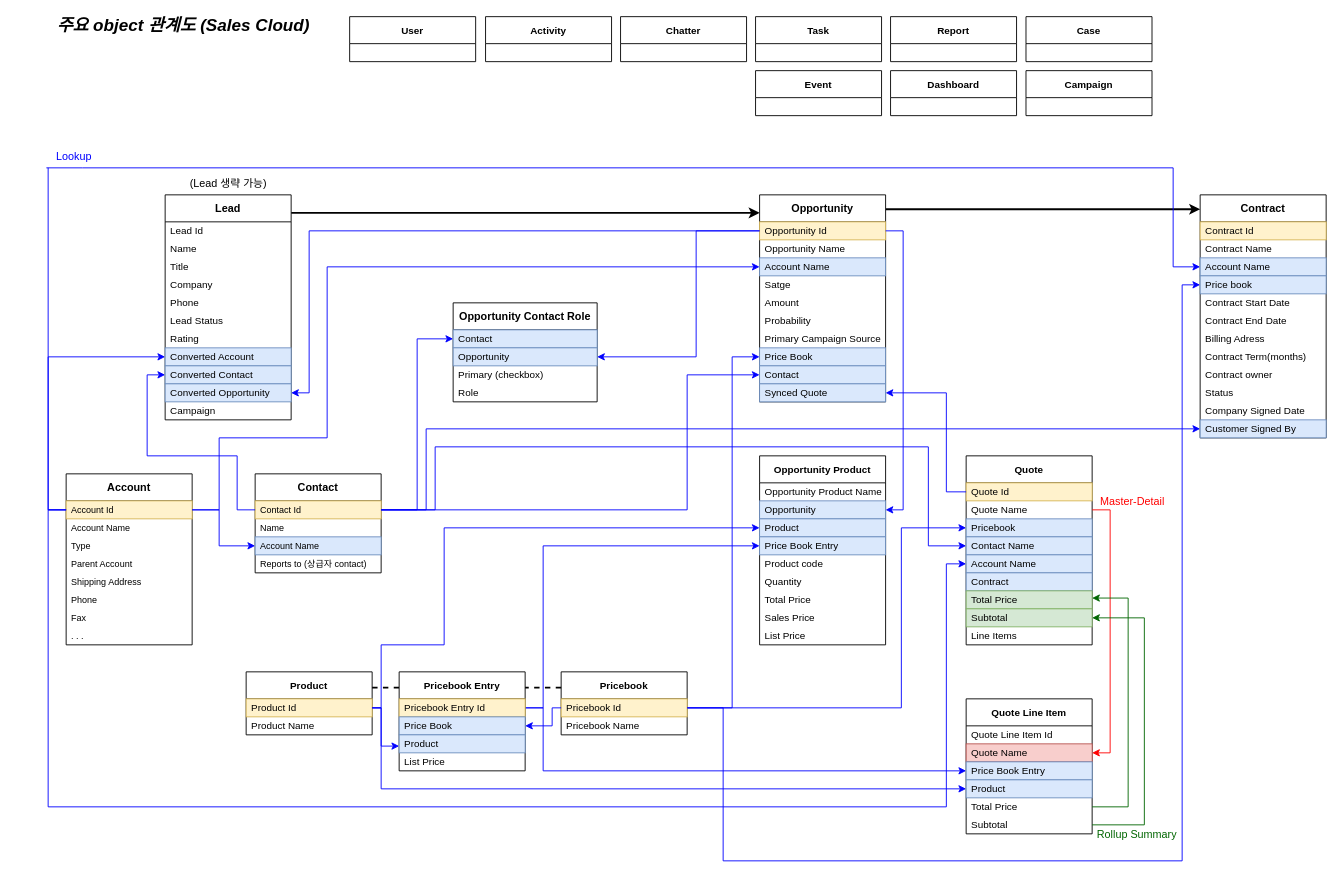
The draw.io diagram Objects&Fields 표준화 v.0.2.drawio in cknet-saleforce/salesforcebasic, before the edit. Source tidied: cells renumbered, new cells numbered last; positions are measured from the earlier drawing's top-left corner, leaving out a move shared by most shapes. Both pictures are drawn from the tidied source at 90%, with x=0, y=0 at pixel (15, 16).
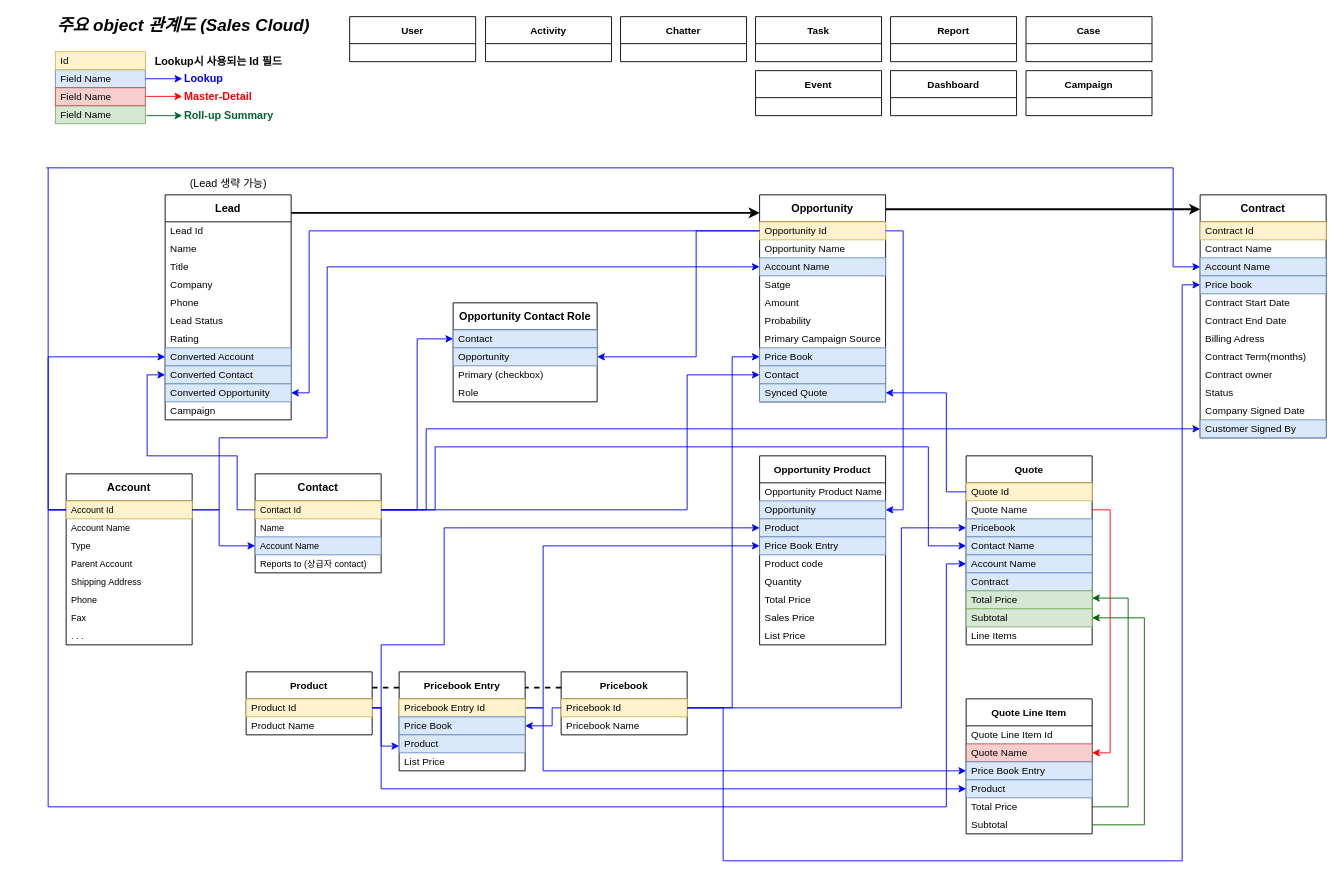
The same diagram, later.

The edit, as a diff of the source:
```diff
@@
-    <mxCell id="123" value="Rollup Summary" style="text;html=1;strokeColor=none;fillColor=none;align=center;verticalAlign=middle;whiteSpace=wrap;rounded=0;fontColor=#006600;" parent="1" vertex="1">
-      <mxGeometry x="1181" y="894" width="130" height="30" as="geometry" />
-    </mxCell>
-    <mxCell id="124" value="Master-Detail" style="text;html=1;strokeColor=none;fillColor=none;align=center;verticalAlign=middle;whiteSpace=wrap;rounded=0;fontColor=#FF0000;" parent="1" vertex="1">
-      <mxGeometry x="1176" y="524" width="130" height="30" as="geometry" />
-    </mxCell>
@@
-    <mxCell id="139" value="Lookup" style="text;html=1;strokeColor=none;fillColor=none;align=center;verticalAlign=middle;whiteSpace=wrap;rounded=0;fontColor=#0000FF;" parent="1" vertex="1">
-      <mxGeometry y="141" width="130" height="30" as="geometry" />
-    </mxCell>
@@
+    <mxCell id="148" value="Field Name" style="text;strokeColor=#6c8ebf;fillColor=#dae8fc;align=left;verticalAlign=middle;spacingLeft=4;spacingRight=4;overflow=hidden;fontSize=11;" parent="1" vertex="1">
+      <mxGeometry x="44" y="59" width="100" height="20" as="geometry" />
+    </mxCell>
+    <mxCell id="149" value="Id" style="text;strokeColor=#d6b656;fillColor=#fff2cc;align=left;verticalAlign=middle;spacingLeft=4;spacingRight=4;overflow=hidden;fontSize=11;" parent="1" vertex="1">
+      <mxGeometry x="44" y="39" width="100" height="20" as="geometry" />
+    </mxCell>
+    <mxCell id="150" value="Field Name" style="text;strokeColor=#82b366;fillColor=#d5e8d4;align=left;verticalAlign=middle;spacingLeft=4;spacingRight=4;overflow=hidden;labelBackgroundColor=none;labelBorderColor=none;fontSize=11;" parent="1" vertex="1">
+      <mxGeometry x="44" y="99" width="100" height="20" as="geometry" />
+    </mxCell>
+    <mxCell id="151" value="Field Name" style="text;strokeColor=#b85450;fillColor=#f8cecc;align=left;verticalAlign=middle;spacingLeft=4;spacingRight=4;overflow=hidden;labelBackgroundColor=none;labelBorderColor=none;fontSize=11;" parent="1" vertex="1">
+      <mxGeometry x="44" y="79" width="100" height="20" as="geometry" />
+    </mxCell>
+    <mxCell id="152" value="Lookup시 사용되는 Id 필드" style="text;html=1;strokeColor=none;fillColor=none;align=center;verticalAlign=middle;whiteSpace=wrap;rounded=0;fontStyle=1;" parent="1" vertex="1">
+      <mxGeometry x="147.5" y="40" width="154.5" height="19" as="geometry" />
+    </mxCell>
+    <mxCell id="153" style="endArrow=classic;html=1;rounded=0;strokeColor=#0000FF;" parent="1" edge="1">
+      <mxGeometry relative="1" as="geometry">
+        <mxPoint x="144" y="69" as="sourcePoint" />
+        <mxPoint x="185" y="69" as="targetPoint" />
+      </mxGeometry>
+    </mxCell>
+    <mxCell id="154" style="endArrow=classic;html=1;rounded=0;strokeColor=#FF0000;" parent="1" edge="1">
+      <mxGeometry relative="1" as="geometry">
+        <mxPoint x="145" y="88.6" as="sourcePoint" />
+        <mxPoint x="185" y="88.6" as="targetPoint" />
+      </mxGeometry>
+    </mxCell>
+    <mxCell id="155" style="endArrow=classic;html=1;rounded=0;strokeColor=#006633;" parent="1" edge="1">
+      <mxGeometry relative="1" as="geometry">
+        <mxPoint x="145" y="110" as="sourcePoint" />
+        <mxPoint x="185" y="110" as="targetPoint" />
+      </mxGeometry>
+    </mxCell>
+    <mxCell id="139" value="Lookup" style="text;html=1;strokeColor=none;fillColor=none;align=center;verticalAlign=middle;whiteSpace=wrap;rounded=0;fontStyle=1;fontColor=#0000FF;" parent="1" vertex="1">
+      <mxGeometry x="179" y="59" width="60" height="19" as="geometry" />
+    </mxCell>
+    <mxCell id="124" value="Master-Detail" style="text;html=1;strokeColor=none;fillColor=none;align=center;verticalAlign=middle;whiteSpace=wrap;rounded=0;fontStyle=1;labelBackgroundColor=none;fontColor=#FF0000;" parent="1" vertex="1">
+      <mxGeometry x="179" y="79" width="92" height="19" as="geometry" />
+    </mxCell>
+    <mxCell id="156" value="Roll-up Summary" style="text;html=1;strokeColor=none;fillColor=none;align=center;verticalAlign=middle;whiteSpace=wrap;rounded=0;fontStyle=1;fontColor=#006633;" parent="1" vertex="1">
+      <mxGeometry x="179" y="100" width="116" height="19" as="geometry" />
+    </mxCell>
```
